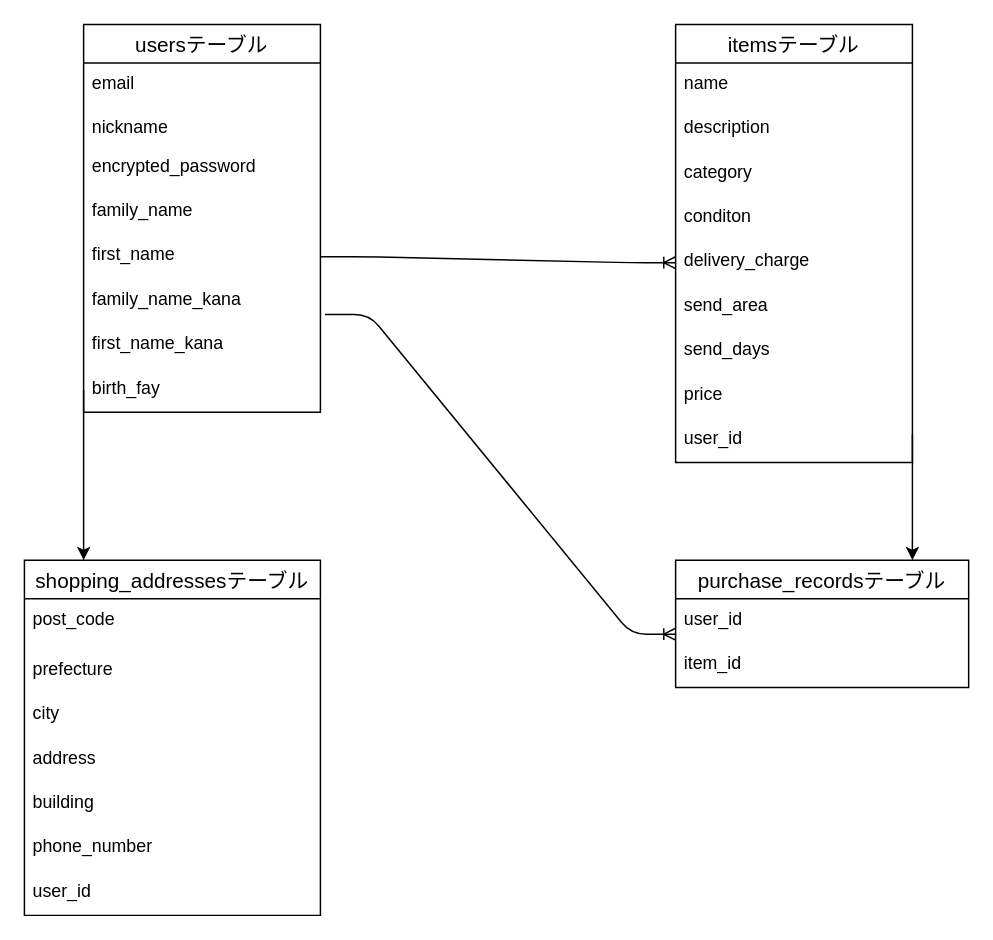
This is furima.dio from yuki0218/furima-38299, a draw.io file, before an edit. Source tidied: cells renumbered, new cells numbered last; positions are measured from the earlier drawing's top-left corner, leaving out a move shared by most shapes. Both pictures are drawn from the tidied source at 148%, with x=0, y=0 at pixel (24, 24).
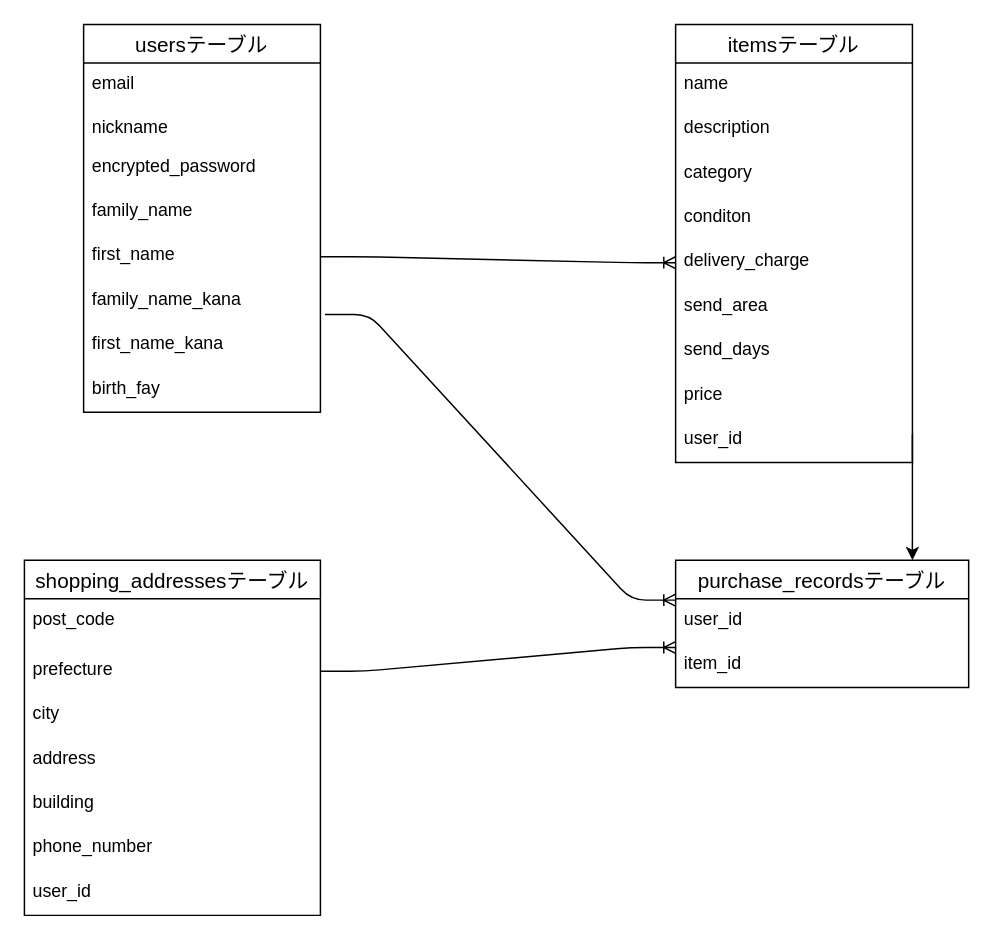
The same diagram, later.

Unchanged cells that the change refers to:
```xml
<mxCell id="8" value="family_name_kana" style="text;strokeColor=none;fillColor=none;spacingLeft=4;spacingRight=4;overflow=hidden;points=[[0,0.5],[1,0.5]];portConstraint=eastwest;fontSize=12;" parent="2" vertex="1">
  <mxGeometry y="172" width="160" height="30" as="geometry" />
</mxCell>
<mxCell id="10" value="birth_fay" style="text;strokeColor=none;fillColor=none;spacingLeft=4;spacingRight=4;overflow=hidden;points=[[0,0.5],[1,0.5]];portConstraint=eastwest;fontSize=12;" parent="2" vertex="1">
  <mxGeometry y="232" width="160" height="30" as="geometry" />
</mxCell>
<mxCell id="21" value="shopping_addressesテーブル" style="swimlane;fontStyle=0;horizontal=1;startSize=26;align=center;fontSize=14;" parent="1" vertex="1">
  <mxGeometry y="362" width="200" height="240" as="geometry" />
</mxCell>
<mxCell id="23" value="prefecture" style="text;strokeColor=none;fillColor=none;spacingLeft=4;spacingRight=4;overflow=hidden;points=[[0,0.5],[1,0.5]];portConstraint=eastwest;fontSize=12;" parent="21" vertex="1">
  <mxGeometry y="60" width="200" height="30" as="geometry" />
</mxCell>
<mxCell id="30" value="user_id" style="text;strokeColor=none;fillColor=none;spacingLeft=4;spacingRight=4;overflow=hidden;points=[[0,0.5],[1,0.5]];portConstraint=eastwest;fontSize=12;" parent="29" vertex="1">
  <mxGeometry y="26" width="198" height="30" as="geometry" />
</mxCell>
```

The edit, as a diff of the source:
```diff
@@
-    <mxCell id="33" style="edgeStyle=entityRelationEdgeStyle;fontSize=12;html=1;endArrow=ERoneToMany;exitX=1.019;exitY=0.8;exitDx=0;exitDy=0;exitPerimeter=0;" parent="1" edge="1" source="8">
-      <mxGeometry relative="1" as="geometry">
-        <mxPoint x="440" y="412" as="targetPoint" />
-      </mxGeometry>
+    <mxCell id="33" style="edgeStyle=entityRelationEdgeStyle;fontSize=12;html=1;endArrow=ERoneToMany;exitX=1.019;exitY=0.8;exitDx=0;exitDy=0;exitPerimeter=0;entryX=0;entryY=0.033;entryDx=0;entryDy=0;entryPerimeter=0;" parent="1" edge="1" source="8" target="30">
+      <mxGeometry relative="1" as="geometry" />
     </mxCell>
-    <mxCell id="34" style="edgeStyle=none;html=1;exitX=0;exitY=0.5;exitDx=0;exitDy=0;entryX=0.2;entryY=0;entryDx=0;entryDy=0;entryPerimeter=0;" parent="1" edge="1" source="10" target="21">
-      <mxGeometry relative="1" as="geometry" />
-    </mxCell>
@@
+    <mxCell id="36" style="edgeStyle=entityRelationEdgeStyle;fontSize=12;html=1;endArrow=ERoneToMany;exitX=1;exitY=0.5;exitDx=0;exitDy=0;" parent="1" edge="1" source="23">
+      <mxGeometry relative="1" as="geometry">
+        <mxPoint x="440" y="421" as="targetPoint" />
+      </mxGeometry>
+    </mxCell>
```
